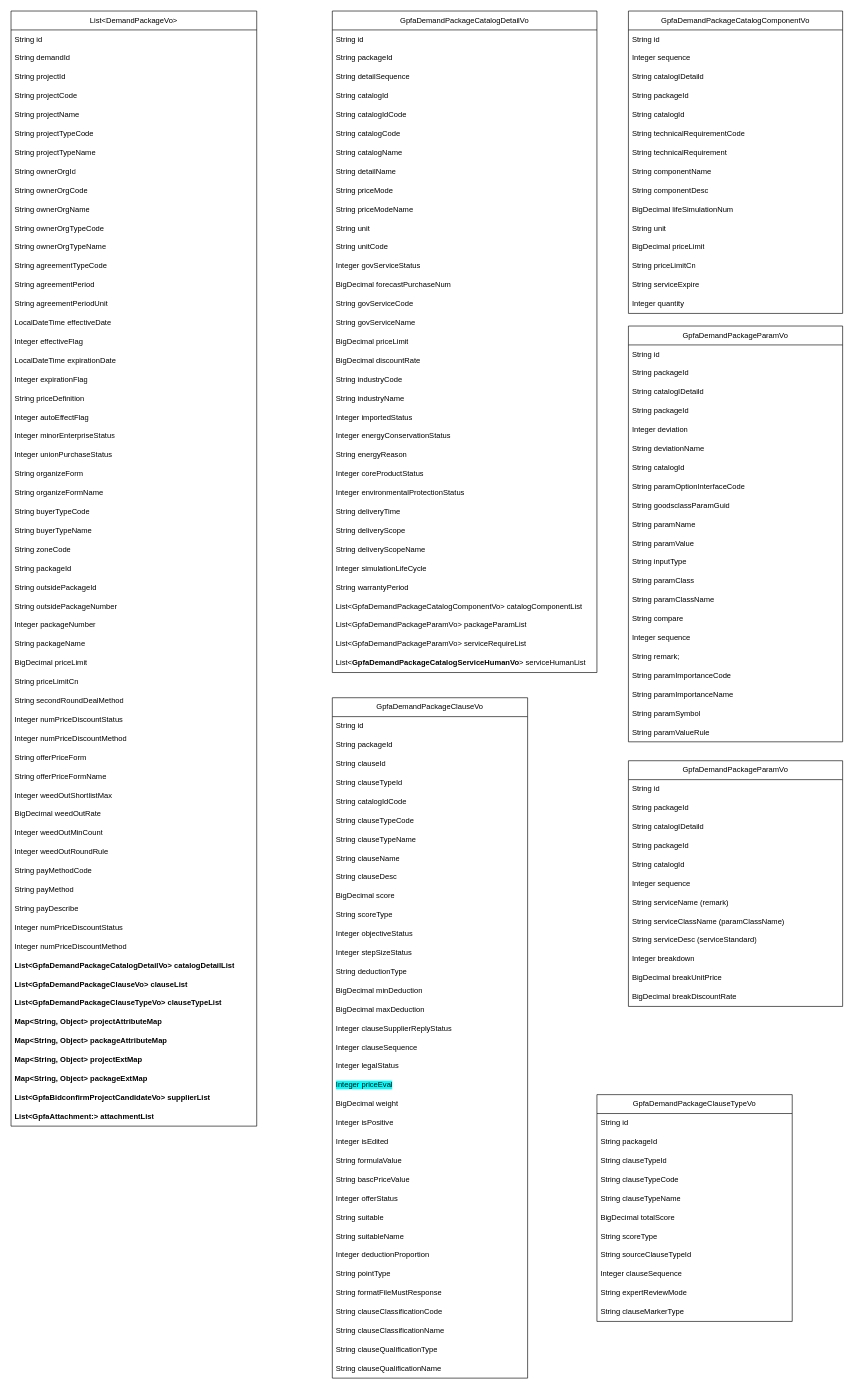
Before: data_detail.drawio in dernight1/draw.io, a draw.io diagram. Source tidied: cells renumbered, new cells numbered last; positions are measured from the earlier drawing's top-left corner, leaving out a move shared by most shapes. Both pictures are drawn from the tidied source at 63%, with x=0, y=0 at pixel (11, 11).
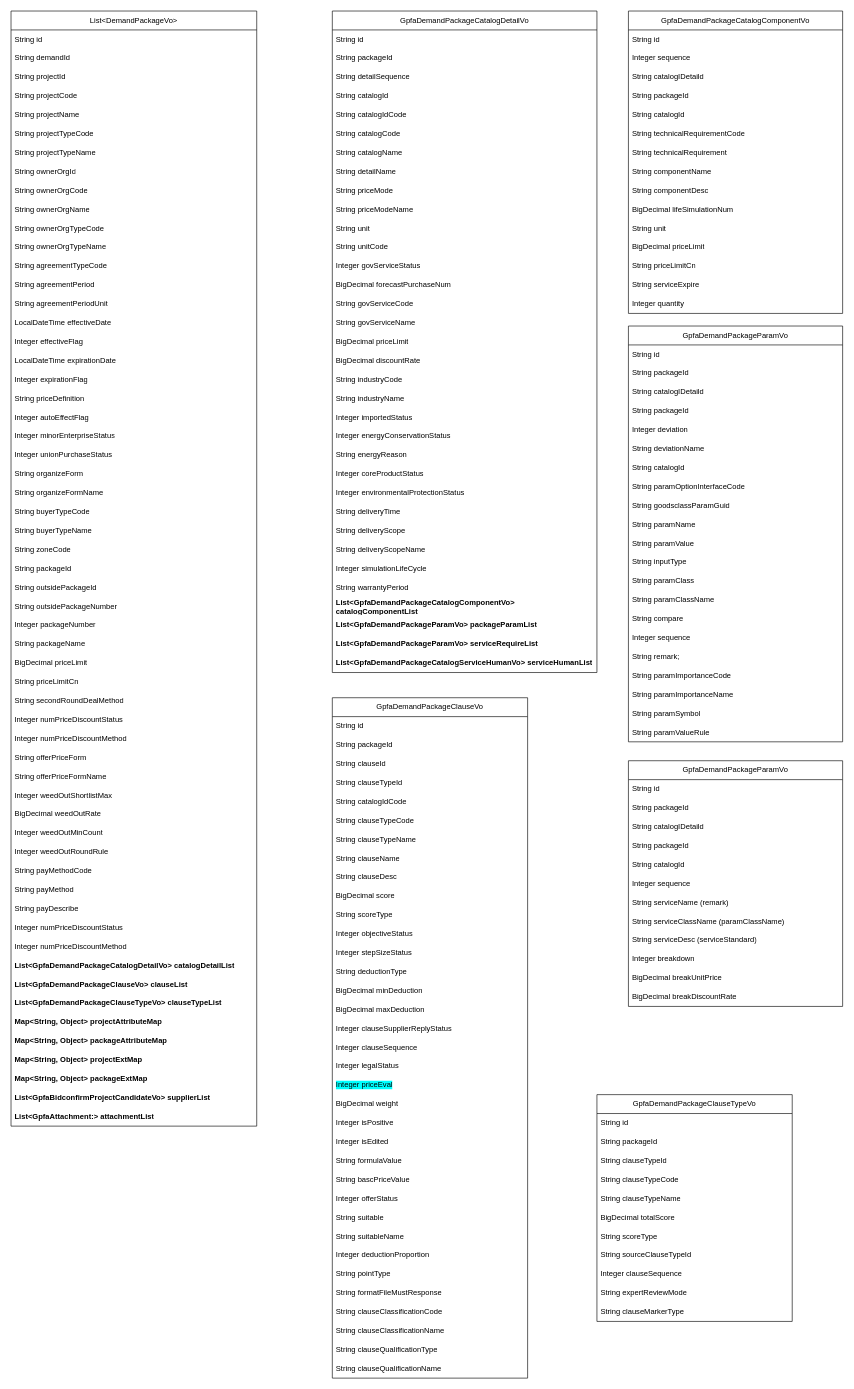
The same diagram, later.

The change refers to these unchanged cells:
```xml
<mxCell id="61" value="GpfaDemandPackageCatalogDetailVo" style="swimlane;fontStyle=0;horizontal=1;startSize=30;whiteSpace=wrap;html=1;" parent="1" vertex="1">
  <mxGeometry x="510" width="420" height="1050" as="geometry" />
</mxCell>
```

The edit, as a diff of the source:
```diff
@@
-    <mxCell id="92" value="List&amp;lt;GpfaDemandPackageCatalogComponentVo&amp;gt; catalogComponentList" style="text;strokeColor=none;fillColor=none;align=left;verticalAlign=middle;spacingLeft=4;spacingRight=4;overflow=hidden;whiteSpace=wrap;html=1;" parent="61" vertex="1">
+    <mxCell id="92" value="List&amp;lt;GpfaDemandPackageCatalogComponentVo&amp;gt; catalogComponentList" style="text;strokeColor=none;fillColor=none;align=left;verticalAlign=middle;spacingLeft=4;spacingRight=4;overflow=hidden;whiteSpace=wrap;html=1;fontStyle=1;" parent="61" vertex="1">
       <mxGeometry y="930" width="420" height="30" as="geometry" />
     </mxCell>
-    <mxCell id="93" value="List&amp;lt;GpfaDemandPackageParamVo&amp;gt; packageParamList" style="text;strokeColor=none;fillColor=none;align=left;verticalAlign=middle;spacingLeft=4;spacingRight=4;overflow=hidden;whiteSpace=wrap;html=1;" parent="61" vertex="1">
+    <mxCell id="93" value="List&amp;lt;GpfaDemandPackageParamVo&amp;gt; packageParamList" style="text;strokeColor=none;fillColor=none;align=left;verticalAlign=middle;spacingLeft=4;spacingRight=4;overflow=hidden;whiteSpace=wrap;html=1;fontStyle=1;" parent="61" vertex="1">
       <mxGeometry y="960" width="420" height="30" as="geometry" />
     </mxCell>
-    <mxCell id="94" value="List&amp;lt;GpfaDemandPackageParamVo&amp;gt; serviceRequireList" style="text;strokeColor=none;fillColor=none;align=left;verticalAlign=middle;spacingLeft=4;spacingRight=4;overflow=hidden;whiteSpace=wrap;html=1;" parent="61" vertex="1">
+    <mxCell id="94" value="List&amp;lt;GpfaDemandPackageParamVo&amp;gt; serviceRequireList" style="text;strokeColor=none;fillColor=none;align=left;verticalAlign=middle;spacingLeft=4;spacingRight=4;overflow=hidden;whiteSpace=wrap;html=1;fontStyle=1;" parent="61" vertex="1">
       <mxGeometry y="990" width="420" height="30" as="geometry" />
     </mxCell>
-    <mxCell id="95" value="List&amp;lt;&lt;b&gt;GpfaDemandPackageCatalogServiceHumanVo&lt;/b&gt;&amp;gt; serviceHumanList" style="text;strokeColor=none;fillColor=none;align=left;verticalAlign=middle;spacingLeft=4;spacingRight=4;overflow=hidden;whiteSpace=wrap;html=1;" parent="61" vertex="1">
+    <mxCell id="95" value="List&amp;lt;&lt;span&gt;GpfaDemandPackageCatalogServiceHumanVo&lt;/span&gt;&amp;gt; serviceHumanList" style="text;strokeColor=none;fillColor=none;align=left;verticalAlign=middle;spacingLeft=4;spacingRight=4;overflow=hidden;whiteSpace=wrap;html=1;fontStyle=1;" parent="61" vertex="1">
       <mxGeometry y="1020" width="420" height="30" as="geometry" />
     </mxCell>
```
